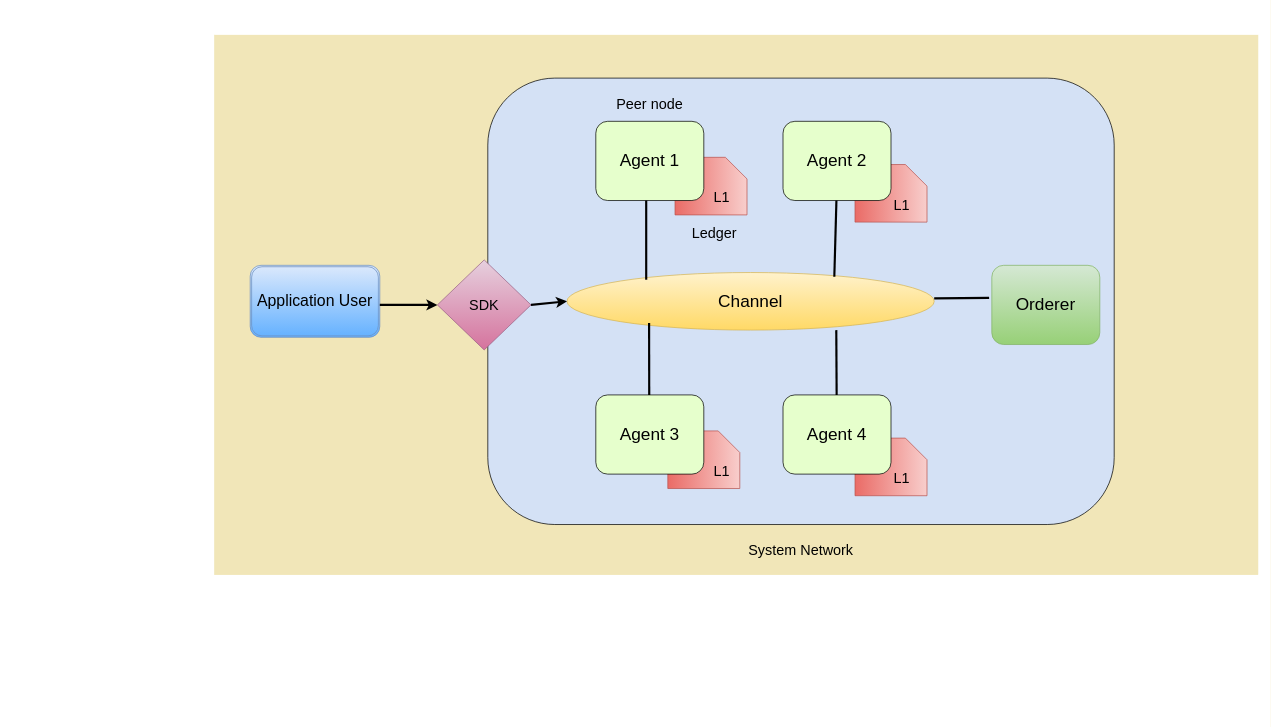
The draw.io diagram page "Page-2" (2 of 4) of files/Fabric-Diagrams.drawio in Arif-Shahriar028/draw.io, before the edit. Source tidied: cells renumbered, new cells numbered last; positions are measured from the earlier drawing's top-left corner, leaving out a move shared by most shapes. Both pictures are drawn from the tidied source at 72%, with x=0, y=0 at pixel (214, 35). Pictures stored in the file or linked from it are replaced by grey dashed boxes.
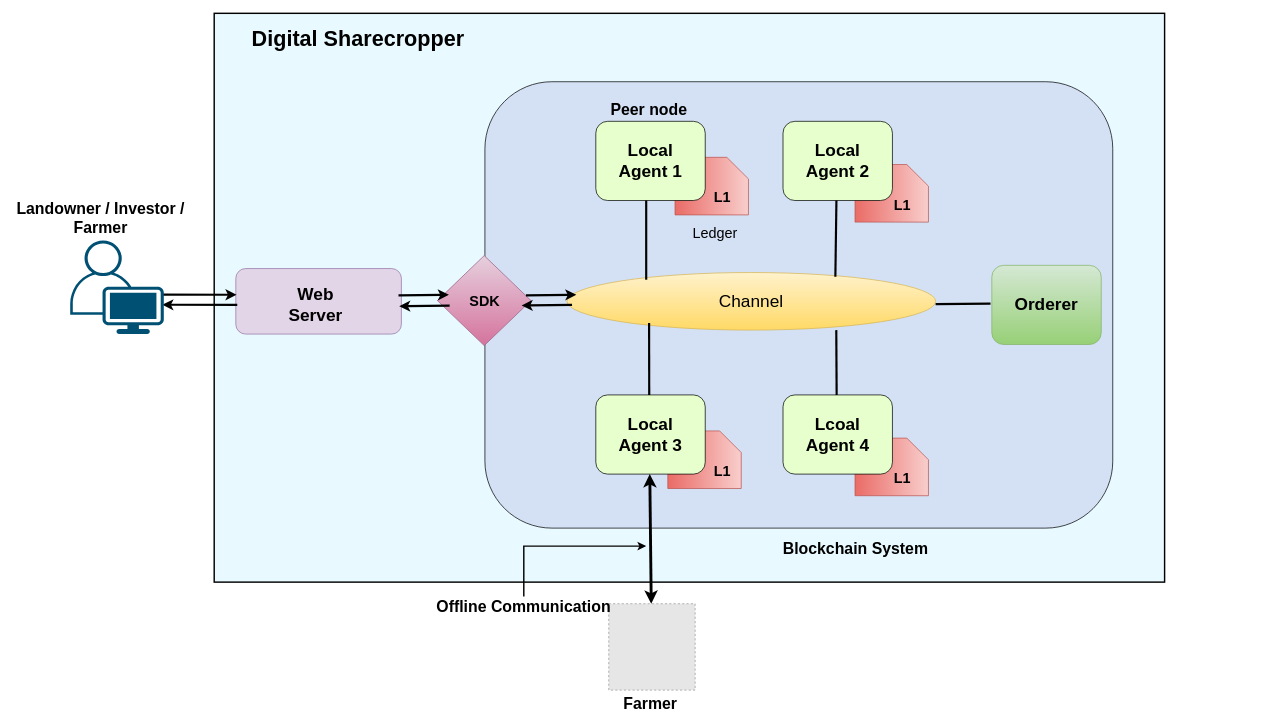
The same diagram, later.

What changed in the source:
```diff
@@
-    <mxCell id="2" style="rounded=0;whiteSpace=wrap;html=1;strokeWidth=0.1;fillColor=#F1E6B8;strokeColor=#F1E6B8;" parent="1" vertex="1">
-      <mxGeometry width="1450" height="750" as="geometry" />
-    </mxCell>
+    <mxCell id="36" style="rounded=0;whiteSpace=wrap;html=1;fillColor=#E8FAFF;strokeColor=#000000;strokeWidth=2;" parent="1" vertex="1">
+      <mxGeometry y="-30" width="1320" height="790" as="geometry" />
+    </mxCell>
     <mxCell id="3" style="rounded=1;whiteSpace=wrap;html=1;fillColor=#D4E1F5;" parent="1" vertex="1">
-      <mxGeometry x="380" y="60" width="870" height="620" as="geometry" />
+      <mxGeometry x="376" y="65" width="872" height="620" as="geometry" />
     </mxCell>
     <mxCell id="4" style="shape=card;whiteSpace=wrap;html=1;direction=south;fillColor=#f8cecc;gradientColor=#ea6b66;strokeColor=#b85450;" parent="1" vertex="1">
-      <mxGeometry x="890" y="560" width="100" height="80" as="geometry" />
+      <mxGeometry x="890" y="560" width="102" height="80" as="geometry" />
     </mxCell>
     <mxCell id="5" style="shape=card;whiteSpace=wrap;html=1;direction=south;fillColor=#f8cecc;gradientColor=#ea6b66;strokeColor=#b85450;" parent="1" vertex="1">
-      <mxGeometry x="630" y="550" width="100" height="80" as="geometry" />
+      <mxGeometry x="630" y="550" width="102" height="80" as="geometry" />
     </mxCell>
     <mxCell id="6" style="shape=card;whiteSpace=wrap;html=1;direction=south;fillColor=#f8cecc;gradientColor=#ea6b66;strokeColor=#b85450;" parent="1" vertex="1">
-      <mxGeometry x="890" y="180" width="100" height="80" as="geometry" />
+      <mxGeometry x="890" y="180" width="102" height="80" as="geometry" />
     </mxCell>
     <mxCell id="7" style="shape=card;whiteSpace=wrap;html=1;direction=south;fillColor=#f8cecc;strokeColor=#b85450;gradientColor=#ea6b66;" parent="1" vertex="1">
-      <mxGeometry x="640" y="170" width="100" height="80" as="geometry" />
+      <mxGeometry x="640" y="170" width="102" height="80" as="geometry" />
     </mxCell>
     <mxCell id="8" value="&lt;font style=&quot;font-size: 24px;&quot;&gt;Channel&lt;/font&gt;" style="ellipse;whiteSpace=wrap;html=1;fillColor=#fff2cc;strokeColor=#d6b656;gradientColor=#ffd966;" parent="1" vertex="1">
-      <mxGeometry x="490" y="330" width="510" height="80" as="geometry" />
+      <mxGeometry x="490" y="330" width="512" height="80" as="geometry" />
     </mxCell>
     <mxCell id="9" style="rounded=1;whiteSpace=wrap;html=1;fillColor=#E6FFCC;" parent="1" vertex="1">
-      <mxGeometry x="530" y="120" width="150" height="110" as="geometry" />
+      <mxGeometry x="530" y="120" width="152" height="110" as="geometry" />
     </mxCell>
     <mxCell id="10" style="rounded=1;whiteSpace=wrap;html=1;fillColor=#E6FFCC;" parent="1" vertex="1">
-      <mxGeometry x="790" y="120" width="150" height="110" as="geometry" />
+      <mxGeometry x="790" y="120" width="152" height="110" as="geometry" />
     </mxCell>
     <mxCell id="11" style="rounded=1;whiteSpace=wrap;html=1;fillColor=#E6FFCC;" parent="1" vertex="1">
-      <mxGeometry x="530" y="500" width="150" height="110" as="geometry" />
+      <mxGeometry x="530" y="500" width="152" height="110" as="geometry" />
     </mxCell>
     <mxCell id="12" style="rounded=1;whiteSpace=wrap;html=1;fillColor=#E6FFCC;" parent="1" vertex="1">
-      <mxGeometry x="790" y="500" width="150" height="110" as="geometry" />
+      <mxGeometry x="790" y="500" width="152" height="110" as="geometry" />
     </mxCell>
     <mxCell id="13" style="rounded=1;whiteSpace=wrap;html=1;fillColor=#d5e8d4;strokeColor=#82b366;gradientColor=#97d077;" parent="1" vertex="1">
-      <mxGeometry x="1080" y="320" width="150" height="110" as="geometry" />
+      <mxGeometry x="1080" y="320" width="152" height="110" as="geometry" />
     </mxCell>
     <mxCell id="14" style="rhombus;whiteSpace=wrap;html=1;fillColor=#e6d0de;gradientColor=#d5739d;strokeColor=#996185;" parent="1" vertex="1">
-      <mxGeometry x="310" y="312.5" width="130" height="125" as="geometry" />
+      <mxGeometry x="310" y="306.5" width="130" height="125" as="geometry" />
     </mxCell>
-    <mxCell id="15" value="&lt;font style=&quot;font-size: 22px;&quot;&gt;Application User&lt;/font&gt;" style="shape=ext;double=1;rounded=1;whiteSpace=wrap;html=1;fillColor=#dae8fc;gradientColor=#66B2FF;strokeColor=#6c8ebf;" parent="1" vertex="1">
-      <mxGeometry x="50" y="320" width="180" height="100" as="geometry" />
-    </mxCell>
-    <mxCell id="16" value="&lt;font style=&quot;font-size: 20px;&quot;&gt;SDK&lt;/font&gt;" style="text;html=1;strokeColor=none;fillColor=none;align=center;verticalAlign=middle;whiteSpace=wrap;rounded=0;" parent="1" vertex="1">
-      <mxGeometry x="345" y="360" width="60" height="30" as="geometry" />
+    <mxCell id="16" value="&lt;font style=&quot;font-size: 20px;&quot;&gt;&lt;b&gt;SDK&lt;/b&gt;&lt;/font&gt;" style="text;html=1;strokeColor=none;fillColor=none;align=center;verticalAlign=middle;whiteSpace=wrap;rounded=0;" parent="1" vertex="1">
+      <mxGeometry x="345" y="354" width="62" height="30" as="geometry" />
     </mxCell>
-    <mxCell id="17" value="&lt;font style=&quot;font-size: 24px;&quot;&gt;Agent 1&lt;/font&gt;" style="text;html=1;strokeColor=none;fillColor=none;align=center;verticalAlign=middle;whiteSpace=wrap;rounded=0;" parent="1" vertex="1">
-      <mxGeometry x="560" y="160" width="90" height="30" as="geometry" />
+    <mxCell id="17" value="&lt;font style=&quot;font-size: 24px;&quot;&gt;&lt;b&gt;Local Agent 1&lt;/b&gt;&lt;/font&gt;" style="text;html=1;strokeColor=none;fillColor=none;align=center;verticalAlign=middle;whiteSpace=wrap;rounded=0;" parent="1" vertex="1">
+      <mxGeometry x="560" y="160" width="92" height="30" as="geometry" />
     </mxCell>
-    <mxCell id="18" value="&lt;font style=&quot;font-size: 24px;&quot;&gt;Agent 2&lt;/font&gt;" style="text;html=1;strokeColor=none;fillColor=none;align=center;verticalAlign=middle;whiteSpace=wrap;rounded=0;" parent="1" vertex="1">
-      <mxGeometry x="820" y="160" width="90" height="30" as="geometry" />
+    <mxCell id="18" value="&lt;font style=&quot;font-size: 24px;&quot;&gt;&lt;b&gt;Local Agent 2&lt;/b&gt;&lt;/font&gt;" style="text;html=1;strokeColor=none;fillColor=none;align=center;verticalAlign=middle;whiteSpace=wrap;rounded=0;" parent="1" vertex="1">
+      <mxGeometry x="820" y="160" width="92" height="30" as="geometry" />
     </mxCell>
-    <mxCell id="19" value="&lt;font style=&quot;font-size: 24px;&quot;&gt;Agent 3&lt;/font&gt;" style="text;html=1;strokeColor=none;fillColor=none;align=center;verticalAlign=middle;whiteSpace=wrap;rounded=0;" parent="1" vertex="1">
-      <mxGeometry x="560" y="540" width="90" height="30" as="geometry" />
+    <mxCell id="19" value="&lt;font style=&quot;font-size: 24px;&quot;&gt;&lt;b&gt;Local Agent 3&lt;/b&gt;&lt;/font&gt;" style="text;html=1;strokeColor=none;fillColor=none;align=center;verticalAlign=middle;whiteSpace=wrap;rounded=0;" parent="1" vertex="1">
+      <mxGeometry x="560" y="540" width="92" height="30" as="geometry" />
     </mxCell>
-    <mxCell id="20" value="&lt;font style=&quot;font-size: 24px;&quot;&gt;Agent 4&lt;br&gt;&lt;/font&gt;" style="text;html=1;strokeColor=none;fillColor=none;align=center;verticalAlign=middle;whiteSpace=wrap;rounded=0;" parent="1" vertex="1">
-      <mxGeometry x="820" y="540" width="90" height="30" as="geometry" />
+    <mxCell id="20" value="&lt;font style=&quot;font-size: 24px;&quot;&gt;&lt;b&gt;Lcoal Agent 4&lt;/b&gt;&lt;br&gt;&lt;/font&gt;" style="text;html=1;strokeColor=none;fillColor=none;align=center;verticalAlign=middle;whiteSpace=wrap;rounded=0;" parent="1" vertex="1">
+      <mxGeometry x="820" y="540" width="92" height="30" as="geometry" />
     </mxCell>
-    <mxCell id="21" value="&lt;span style=&quot;font-size: 20px;&quot;&gt;L1&lt;/span&gt;" style="text;html=1;strokeColor=none;fillColor=none;align=center;verticalAlign=middle;whiteSpace=wrap;rounded=0;" parent="1" vertex="1">
-      <mxGeometry x="660" y="210" width="90" height="30" as="geometry" />
+    <mxCell id="21" value="&lt;span style=&quot;font-size: 20px;&quot;&gt;&lt;b&gt;L1&lt;/b&gt;&lt;/span&gt;" style="text;html=1;strokeColor=none;fillColor=none;align=center;verticalAlign=middle;whiteSpace=wrap;rounded=0;" parent="1" vertex="1">
+      <mxGeometry x="660" y="210" width="92" height="30" as="geometry" />
     </mxCell>
-    <mxCell id="22" value="&lt;span style=&quot;font-size: 20px;&quot;&gt;L1&lt;/span&gt;" style="text;html=1;strokeColor=none;fillColor=none;align=center;verticalAlign=middle;whiteSpace=wrap;rounded=0;" parent="1" vertex="1">
-      <mxGeometry x="910" y="220" width="90" height="30" as="geometry" />
+    <mxCell id="22" value="&lt;span style=&quot;font-size: 20px;&quot;&gt;&lt;b&gt;L1&lt;/b&gt;&lt;/span&gt;" style="text;html=1;strokeColor=none;fillColor=none;align=center;verticalAlign=middle;whiteSpace=wrap;rounded=0;" parent="1" vertex="1">
+      <mxGeometry x="910" y="220" width="92" height="30" as="geometry" />
     </mxCell>
-    <mxCell id="23" value="&lt;span style=&quot;font-size: 20px;&quot;&gt;L1&lt;/span&gt;" style="text;html=1;strokeColor=none;fillColor=none;align=center;verticalAlign=middle;whiteSpace=wrap;rounded=0;" parent="1" vertex="1">
-      <mxGeometry x="910" y="600" width="90" height="30" as="geometry" />
+    <mxCell id="23" value="&lt;span style=&quot;font-size: 20px;&quot;&gt;&lt;b&gt;L1&lt;/b&gt;&lt;/span&gt;" style="text;html=1;strokeColor=none;fillColor=none;align=center;verticalAlign=middle;whiteSpace=wrap;rounded=0;" parent="1" vertex="1">
+      <mxGeometry x="910" y="600" width="92" height="30" as="geometry" />
     </mxCell>
-    <mxCell id="24" value="&lt;span style=&quot;font-size: 20px;&quot;&gt;L1&lt;/span&gt;" style="text;html=1;strokeColor=none;fillColor=none;align=center;verticalAlign=middle;whiteSpace=wrap;rounded=0;" parent="1" vertex="1">
-      <mxGeometry x="660" y="590" width="90" height="30" as="geometry" />
+    <mxCell id="24" value="&lt;span style=&quot;font-size: 20px;&quot;&gt;&lt;b&gt;L1&lt;/b&gt;&lt;/span&gt;" style="text;html=1;strokeColor=none;fillColor=none;align=center;verticalAlign=middle;whiteSpace=wrap;rounded=0;" parent="1" vertex="1">
+      <mxGeometry x="660" y="590" width="92" height="30" as="geometry" />
     </mxCell>
-    <mxCell id="25" value="&lt;span style=&quot;font-size: 20px;&quot;&gt;Peer node&lt;/span&gt;" style="text;html=1;strokeColor=none;fillColor=none;align=center;verticalAlign=middle;whiteSpace=wrap;rounded=0;" parent="1" vertex="1">
-      <mxGeometry x="550" y="80" width="110" height="30" as="geometry" />
+    <mxCell id="25" value="&lt;font style=&quot;font-size: 22px;&quot;&gt;&lt;b&gt;Peer node&lt;/b&gt;&lt;/font&gt;" style="text;html=1;strokeColor=none;fillColor=none;align=center;verticalAlign=middle;whiteSpace=wrap;rounded=0;" parent="1" vertex="1">
+      <mxGeometry x="548" y="90" width="112" height="30" as="geometry" />
     </mxCell>
     <mxCell id="26" value="&lt;span style=&quot;font-size: 20px;&quot;&gt;Ledger&lt;/span&gt;" style="text;html=1;strokeColor=none;fillColor=none;align=center;verticalAlign=middle;whiteSpace=wrap;rounded=0;" parent="1" vertex="1">
-      <mxGeometry x="650" y="260" width="90" height="30" as="geometry" />
+      <mxGeometry x="650" y="260" width="92" height="30" as="geometry" />
     </mxCell>
-    <mxCell id="27" value="&lt;font style=&quot;font-size: 24px;&quot;&gt;Orderer&lt;/font&gt;" style="text;html=1;strokeColor=none;fillColor=none;align=center;verticalAlign=middle;whiteSpace=wrap;rounded=0;" parent="1" vertex="1">
-      <mxGeometry x="1110" y="360" width="90" height="30" as="geometry" />
+    <mxCell id="27" value="&lt;font style=&quot;font-size: 24px;&quot;&gt;&lt;b&gt;Orderer&lt;/b&gt;&lt;/font&gt;" style="text;html=1;strokeColor=none;fillColor=none;align=center;verticalAlign=middle;whiteSpace=wrap;rounded=0;" parent="1" vertex="1">
+      <mxGeometry x="1110" y="360" width="92" height="30" as="geometry" />
     </mxCell>
-    <mxCell id="28" style="endArrow=classic;html=1;rounded=0;entryX=0;entryY=0.5;entryDx=0;entryDy=0;strokeWidth=3;" parent="1" edge="1" target="14">
-      <mxGeometry relative="1" as="geometry">
-        <mxPoint x="230" y="375" as="sourcePoint" />
-      </mxGeometry>
-    </mxCell>
-    <mxCell id="29" style="endArrow=classic;html=1;rounded=0;entryX=0;entryY=0.5;entryDx=0;entryDy=0;exitX=1;exitY=0.5;exitDx=0;exitDy=0;strokeWidth=3;" parent="1" edge="1" source="14" target="8">
-      <mxGeometry relative="1" as="geometry" />
-    </mxCell>
@@
-    <mxCell id="33" style="endArrow=none;html=1;rounded=0;strokeWidth=3;exitX=0.728;exitY=0.072;exitDx=0;exitDy=0;exitPerimeter=0;entryX=-0.025;entryY=0.412;entryDx=0;entryDy=0;entryPerimeter=0;" parent="1" edge="1" target="13">
+    <mxCell id="33" style="endArrow=none;html=1;rounded=0;strokeWidth=3;exitX=0.728;exitY=0.072;exitDx=0;exitDy=0;exitPerimeter=0;entryX=-0.025;entryY=0.412;entryDx=0;entryDy=0;entryPerimeter=0;" parent="1" edge="1">
       <mxGeometry relative="1" as="geometry">
-        <mxPoint x="1000" y="366" as="sourcePoint" />
+        <mxPoint x="1002" y="374" as="sourcePoint" />
+        <mxPoint x="1078.2" y="373.3" as="targetPoint" />
       </mxGeometry>
     </mxCell>
@@
-    <mxCell id="35" value="&lt;span style=&quot;font-size: 20px;&quot;&gt;System Network&lt;/span&gt;" style="text;html=1;strokeColor=none;fillColor=none;align=center;verticalAlign=middle;whiteSpace=wrap;rounded=0;" parent="1" vertex="1">
-      <mxGeometry x="730" y="700" width="170" height="30" as="geometry" />
+    <mxCell id="35" value="&lt;font style=&quot;font-size: 22px;&quot;&gt;&lt;b&gt;Blockchain System&lt;/b&gt;&lt;/font&gt;" style="text;html=1;strokeColor=none;fillColor=none;align=center;verticalAlign=middle;whiteSpace=wrap;rounded=0;" parent="1" vertex="1">
+      <mxGeometry x="742" y="700" width="298" height="30" as="geometry" />
     </mxCell>
+    <mxCell id="37" style="rounded=1;whiteSpace=wrap;html=1;fillColor=#e1d5e7;strokeColor=#9673a6;" parent="1" vertex="1">
+      <mxGeometry x="30" y="324.5" width="230" height="91" as="geometry" />
+    </mxCell>
+    <mxCell id="38" value="&lt;font style=&quot;font-size: 24px;&quot;&gt;&lt;b&gt;Web Server&lt;/b&gt;&lt;/font&gt;" style="text;html=1;strokeColor=none;fillColor=none;align=center;verticalAlign=middle;whiteSpace=wrap;rounded=0;" parent="1" vertex="1">
+      <mxGeometry x="110" y="360" width="62" height="30" as="geometry" />
+    </mxCell>
+    <mxCell id="39" style="endArrow=classic;html=1;rounded=0;exitX=1;exitY=0.5;exitDx=0;exitDy=0;strokeWidth=3;" parent="1" edge="1">
+      <mxGeometry relative="1" as="geometry">
+        <mxPoint x="497" y="375" as="sourcePoint" />
+        <mxPoint x="427" y="375.8" as="targetPoint" />
+      </mxGeometry>
+    </mxCell>
+    <mxCell id="40" style="endArrow=classic;html=1;rounded=0;exitX=1;exitY=0.5;exitDx=0;exitDy=0;strokeWidth=3;" parent="1" edge="1">
+      <mxGeometry relative="1" as="geometry">
+        <mxPoint x="433" y="361.8" as="sourcePoint" />
+        <mxPoint x="503" y="361" as="targetPoint" />
+      </mxGeometry>
+    </mxCell>
+    <mxCell id="41" style="endArrow=classic;html=1;rounded=0;exitX=1;exitY=0.5;exitDx=0;exitDy=0;strokeWidth=3;" parent="1" edge="1">
+      <mxGeometry relative="1" as="geometry">
+        <mxPoint x="256" y="361.8" as="sourcePoint" />
+        <mxPoint x="326" y="361" as="targetPoint" />
+      </mxGeometry>
+    </mxCell>
+    <mxCell id="42" style="endArrow=classic;html=1;rounded=0;exitX=1;exitY=0.5;exitDx=0;exitDy=0;strokeWidth=3;" parent="1" edge="1">
+      <mxGeometry relative="1" as="geometry">
+        <mxPoint x="327" y="376" as="sourcePoint" />
+        <mxPoint x="257" y="376.8" as="targetPoint" />
+      </mxGeometry>
+    </mxCell>
+    <mxCell id="43" style="endArrow=classic;html=1;rounded=0;exitX=1;exitY=0.5;exitDx=0;exitDy=0;strokeWidth=3;" parent="1" edge="1">
+      <mxGeometry relative="1" as="geometry">
+        <mxPoint x="-73" y="360.8" as="sourcePoint" />
+        <mxPoint x="31" y="360.9" as="targetPoint" />
+      </mxGeometry>
+    </mxCell>
+    <mxCell id="44" style="endArrow=classic;html=1;rounded=0;exitX=1;exitY=0.5;exitDx=0;exitDy=0;strokeWidth=3;" parent="1" edge="1">
+      <mxGeometry relative="1" as="geometry">
+        <mxPoint x="32" y="374.9" as="sourcePoint" />
+        <mxPoint x="-72" y="374.8" as="targetPoint" />
+      </mxGeometry>
+    </mxCell>
+    <mxCell id="45" value="&lt;font size=&quot;1&quot; style=&quot;&quot;&gt;&lt;b style=&quot;font-size: 30px;&quot;&gt;Digital Sharecropper&lt;/b&gt;&lt;/font&gt;" style="text;html=1;strokeColor=none;fillColor=none;align=center;verticalAlign=middle;whiteSpace=wrap;rounded=0;" parent="1" vertex="1">
+      <mxGeometry x="20" y="-10" width="360" height="30" as="geometry" />
+    </mxCell>
+    <mxCell id="46" style="verticalLabelPosition=bottom;sketch=0;html=1;verticalAlign=top;align=center;shape=mxgraph.cisco19.user;fillColor=#005073;strokeColor=none;" parent="1" vertex="1">
+      <mxGeometry x="-200" y="285.5" width="130" height="130" as="geometry" />
+    </mxCell>
+    <mxCell id="47" value="&lt;font style=&quot;font-size: 22px;&quot;&gt;&lt;b&gt;Landowner / Investor / Farmer&lt;/b&gt;&lt;/font&gt;" style="text;html=1;strokeColor=none;fillColor=none;align=center;verticalAlign=middle;whiteSpace=wrap;rounded=0;" parent="1" vertex="1">
+      <mxGeometry x="-280" y="240" width="245" height="30" as="geometry" />
+    </mxCell>
+    <mxCell id="48" style="fillColor=#E6E6E6;strokeColor=#999999;dashed=1;html=1;verticalAlign=top;verticalLabelPosition=bottom;labelBackgroundColor=#ffffff;" parent="1" vertex="1">
+      <mxGeometry x="548" y="790" width="120" height="120" as="geometry" />
+    </mxCell>
+    <mxCell id="49" style="endArrow=classic;startArrow=classic;html=1;rounded=0;exitX=0.5;exitY=0;exitDx=0;exitDy=0;strokeWidth=4;" parent="1" edge="1">
+      <mxGeometry relative="1" as="geometry">
+        <mxPoint x="607" y="790" as="sourcePoint" />
+        <mxPoint x="605" y="610" as="targetPoint" />
+      </mxGeometry>
+    </mxCell>
+    <mxCell id="50" style="edgeStyle=orthogonalEdgeStyle;rounded=0;jettySize=auto;html=1;exitX=0.5;exitY=0;exitDx=0;exitDy=0;strokeWidth=2;" parent="1" edge="1" source="51">
+      <mxGeometry relative="1" as="geometry">
+        <mxPoint x="600" y="710" as="targetPoint" />
+        <Array as="points">
+          <mxPoint x="430" y="710" />
+        </Array>
+      </mxGeometry>
+    </mxCell>
+    <mxCell id="51" value="&lt;font style=&quot;font-size: 22px;&quot;&gt;&lt;b&gt;Offline Communication&lt;/b&gt;&lt;/font&gt;" style="text;html=1;strokeColor=none;fillColor=none;align=center;verticalAlign=middle;whiteSpace=wrap;rounded=0;" parent="1" vertex="1">
+      <mxGeometry x="300" y="780" width="260" height="30" as="geometry" />
+    </mxCell>
+    <mxCell id="52" value="&lt;font style=&quot;font-size: 22px;&quot;&gt;&lt;b&gt;Farmer&lt;/b&gt;&lt;/font&gt;" style="text;html=1;strokeColor=none;fillColor=none;align=center;verticalAlign=middle;whiteSpace=wrap;rounded=0;" parent="1" vertex="1">
+      <mxGeometry x="576" y="915" width="60" height="30" as="geometry" />
+    </mxCell>
```
